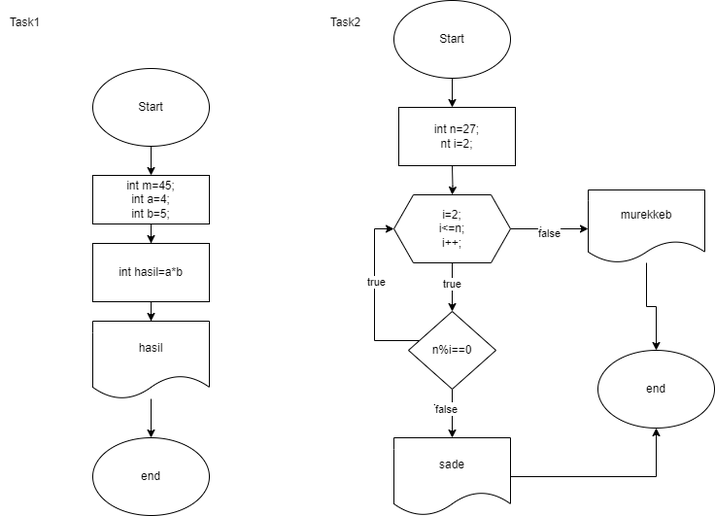
Before: task2flw.png, a diagram exported from draw.io (EsmerMemmedova/loopconditionsflw). Source tidied: cells renumbered, new cells last; positions are measured from the earlier drawing's top-left corner, leaving out a move shared by most shapes. Its diagram source:
```xml
<mxGraphModel>
  <root>
    <mxCell id="0" />
    <mxCell id="1" parent="0" />
    <mxCell id="2" value="Start" style="ellipse;whiteSpace=wrap;html=1;" parent="1" vertex="1">
      <mxGeometry x="95" y="70" width="120" height="80" as="geometry" />
    </mxCell>
    <mxCell id="3" style="edgeStyle=orthogonalEdgeStyle;rounded=0;jettySize=auto;html=1;" parent="1" edge="1" source="4" target="33">
      <mxGeometry relative="1" as="geometry" />
    </mxCell>
    <mxCell id="4" value="&lt;div&gt;&lt;span style=&quot;background-color: initial;&quot;&gt;int m=45;&lt;/span&gt;&lt;/div&gt;&lt;div&gt;&lt;span style=&quot;background-color: initial;&quot;&gt;int a=4;&lt;/span&gt;&lt;/div&gt;&lt;div&gt;&lt;span style=&quot;background-color: initial;&quot;&gt;int b=5;&lt;/span&gt;&lt;/div&gt;" style="rounded=0;whiteSpace=wrap;html=1;" parent="1" vertex="1">
      <mxGeometry x="95" y="180" width="120" height="50" as="geometry" />
    </mxCell>
    <mxCell id="5" style="edgeStyle=orthogonalEdgeStyle;rounded=0;jettySize=auto;html=1;" parent="1" edge="1" source="6" target="7">
      <mxGeometry relative="1" as="geometry" />
    </mxCell>
    <mxCell id="6" value="hasil" style="shape=document;whiteSpace=wrap;html=1;boundedLbl=1;" parent="1" vertex="1">
      <mxGeometry x="95" y="330" width="120" height="80" as="geometry" />
    </mxCell>
    <mxCell id="7" value="end" style="ellipse;whiteSpace=wrap;html=1;" parent="1" vertex="1">
      <mxGeometry x="95" y="450" width="120" height="80" as="geometry" />
    </mxCell>
    <mxCell id="8" style="edgeStyle=orthogonalEdgeStyle;rounded=0;jettySize=auto;html=1;exitX=0.5;exitY=1;exitDx=0;exitDy=0;entryX=0.5;entryY=0;entryDx=0;entryDy=0;" parent="1" edge="1" source="9">
      <mxGeometry relative="1" as="geometry">
        <mxPoint x="465" y="110" as="targetPoint" />
      </mxGeometry>
    </mxCell>
    <mxCell id="9" value="Start" style="ellipse;whiteSpace=wrap;html=1;" parent="1" vertex="1">
      <mxGeometry x="405" width="120" height="80" as="geometry" />
    </mxCell>
    <mxCell id="10" style="edgeStyle=orthogonalEdgeStyle;rounded=0;jettySize=auto;html=1;entryX=0.5;entryY=0;entryDx=0;entryDy=0;" parent="1" edge="1" target="4">
      <mxGeometry relative="1" as="geometry">
        <mxPoint x="155" y="150" as="sourcePoint" />
      </mxGeometry>
    </mxCell>
    <mxCell id="11" style="edgeStyle=orthogonalEdgeStyle;rounded=0;jettySize=auto;html=1;" parent="1" edge="1" target="17">
      <mxGeometry relative="1" as="geometry">
        <mxPoint x="465" y="170" as="sourcePoint" />
      </mxGeometry>
    </mxCell>
    <mxCell id="12" style="edgeStyle=orthogonalEdgeStyle;rounded=0;jettySize=auto;html=1;" parent="1" edge="1" source="17">
      <mxGeometry relative="1" as="geometry">
        <mxPoint x="465" y="320" as="targetPoint" />
      </mxGeometry>
    </mxCell>
    <mxCell id="13" value="true" style="edgeLabel;html=1;align=center;verticalAlign=middle;" parent="12" vertex="1">
      <mxGeometry x="-0.17" y="-1" relative="1" as="geometry" />
    </mxCell>
    <mxCell id="14" style="edgeStyle=orthogonalEdgeStyle;rounded=0;jettySize=auto;html=1;exitX=1;exitY=0.5;exitDx=0;exitDy=0;" parent="1" edge="1" source="17">
      <mxGeometry relative="1" as="geometry">
        <mxPoint x="605" y="235" as="targetPoint" />
      </mxGeometry>
    </mxCell>
    <mxCell id="15" value="true" style="edgeLabel;html=1;align=center;verticalAlign=middle;" parent="14" vertex="1">
      <mxGeometry x="-0.06" y="-1" relative="1" as="geometry" />
    </mxCell>
    <mxCell id="16" value="false" style="edgeLabel;html=1;align=center;verticalAlign=middle;" parent="14" vertex="1">
      <mxGeometry x="0.01" y="-3" relative="1" as="geometry">
        <mxPoint x="-1" y="1" as="offset" />
      </mxGeometry>
    </mxCell>
    <mxCell id="17" value="i=2;&lt;div&gt;i&amp;lt;=n;&lt;/div&gt;&lt;div&gt;i++;&lt;/div&gt;" style="shape=hexagon;perimeter=hexagonPerimeter2;whiteSpace=wrap;html=1;fixedSize=1;" parent="1" vertex="1">
      <mxGeometry x="405" y="200" width="120" height="70" as="geometry" />
    </mxCell>
    <mxCell id="18" style="edgeStyle=orthogonalEdgeStyle;rounded=0;jettySize=auto;html=1;" parent="1" edge="1" source="19" target="28">
      <mxGeometry relative="1" as="geometry" />
    </mxCell>
    <mxCell id="19" value="murekkeb" style="shape=document;whiteSpace=wrap;html=1;boundedLbl=1;" parent="1" vertex="1">
      <mxGeometry x="605" y="195" width="120" height="75" as="geometry" />
    </mxCell>
    <mxCell id="20" style="edgeStyle=orthogonalEdgeStyle;rounded=0;jettySize=auto;html=1;entryX=0;entryY=0.5;entryDx=0;entryDy=0;" parent="1" edge="1" source="25" target="17">
      <mxGeometry relative="1" as="geometry">
        <Array as="points">
          <mxPoint x="385" y="350" />
          <mxPoint x="385" y="235" />
        </Array>
      </mxGeometry>
    </mxCell>
    <mxCell id="21" value="true" style="edgeLabel;html=1;align=center;verticalAlign=middle;" parent="20" vertex="1">
      <mxGeometry x="0.18" y="-1" relative="1" as="geometry" />
    </mxCell>
    <mxCell id="22" style="edgeStyle=orthogonalEdgeStyle;rounded=0;jettySize=auto;html=1;exitX=0.5;exitY=1;exitDx=0;exitDy=0;" parent="1" edge="1" source="25" target="27">
      <mxGeometry relative="1" as="geometry" />
    </mxCell>
    <mxCell id="23" value="Text" style="edgeLabel;html=1;align=center;verticalAlign=middle;" parent="22" vertex="1">
      <mxGeometry x="-0.24" y="1" relative="1" as="geometry">
        <mxPoint x="-11" as="offset" />
      </mxGeometry>
    </mxCell>
    <mxCell id="24" value="false" style="edgeLabel;html=1;align=center;verticalAlign=middle;" parent="22" vertex="1">
      <mxGeometry x="-0.2" y="-7" relative="1" as="geometry" />
    </mxCell>
    <mxCell id="25" value="n%i==0" style="rhombus;whiteSpace=wrap;html=1;" parent="1" vertex="1">
      <mxGeometry x="420" y="320" width="90" height="80" as="geometry" />
    </mxCell>
    <mxCell id="26" style="edgeStyle=orthogonalEdgeStyle;rounded=0;jettySize=auto;html=1;entryX=0.5;entryY=1;entryDx=0;entryDy=0;" parent="1" edge="1" source="27" target="28">
      <mxGeometry relative="1" as="geometry" />
    </mxCell>
    <mxCell id="27" value="sade" style="shape=document;whiteSpace=wrap;html=1;boundedLbl=1;" parent="1" vertex="1">
      <mxGeometry x="405" y="450" width="120" height="80" as="geometry" />
    </mxCell>
    <mxCell id="28" value="end" style="ellipse;whiteSpace=wrap;html=1;" parent="1" vertex="1">
      <mxGeometry x="615" y="360" width="120" height="80" as="geometry" />
    </mxCell>
    <mxCell id="29" value="Task1" style="text;html=1;align=center;verticalAlign=middle;strokeColor=none;fillColor=none;" parent="1" vertex="1">
      <mxGeometry y="8" width="50" height="30" as="geometry" />
    </mxCell>
    <mxCell id="30" value="Task2" style="text;html=1;align=center;verticalAlign=middle;strokeColor=none;fillColor=none;" parent="1" vertex="1">
      <mxGeometry x="330" y="8" width="50" height="30" as="geometry" />
    </mxCell>
    <mxCell id="31" value="int n=27;&lt;div&gt;nt i=2;&lt;/div&gt;" style="rounded=0;whiteSpace=wrap;html=1;" parent="1" vertex="1">
      <mxGeometry x="410" y="110" width="120" height="60" as="geometry" />
    </mxCell>
    <mxCell id="32" style="edgeStyle=orthogonalEdgeStyle;rounded=0;jettySize=auto;html=1;" parent="1" edge="1" source="33" target="6">
      <mxGeometry relative="1" as="geometry" />
    </mxCell>
    <mxCell id="33" value="int hasil=a*b" style="rounded=0;whiteSpace=wrap;html=1;" parent="1" vertex="1">
      <mxGeometry x="95" y="250" width="120" height="60" as="geometry" />
    </mxCell>
  </root>
</mxGraphModel>
```
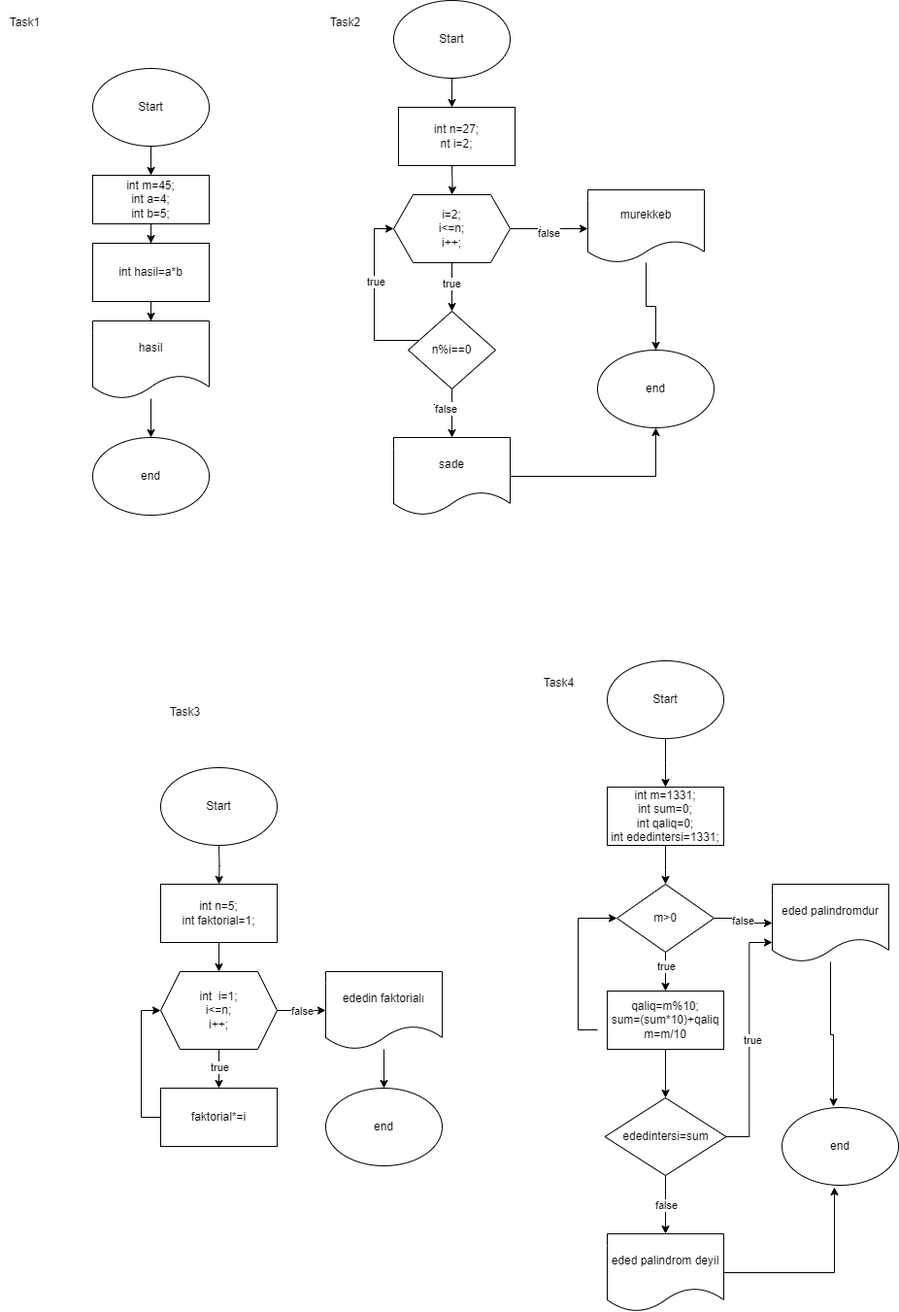
The same diagram one commit later.

Commit message:
loops and conditions flowchartda

Diff of the diagram source:
```diff
@@ -117,5 +117,135 @@
     <mxCell id="33" value="int hasil=a*b" style="rounded=0;whiteSpace=wrap;html=1;" parent="1" vertex="1">
       <mxGeometry x="95" y="250" width="120" height="60" as="geometry" />
     </mxCell>
+    <mxCell id="34" value="Start" style="ellipse;whiteSpace=wrap;html=1;" parent="1" vertex="1">
+      <mxGeometry x="165" y="790" width="120" height="80" as="geometry" />
+    </mxCell>
+    <mxCell id="35" style="edgeStyle=orthogonalEdgeStyle;rounded=0;jettySize=auto;html=1;entryX=0.5;entryY=0;entryDx=0;entryDy=0;" parent="1" edge="1" target="37">
+      <mxGeometry relative="1" as="geometry">
+        <mxPoint x="225" y="870" as="sourcePoint" />
+      </mxGeometry>
+    </mxCell>
+    <mxCell id="36" style="edgeStyle=orthogonalEdgeStyle;rounded=0;jettySize=auto;html=1;" parent="1" edge="1" source="37" target="42">
+      <mxGeometry relative="1" as="geometry" />
+    </mxCell>
+    <mxCell id="37" value="&lt;div&gt;int n=5;&lt;/div&gt;int faktorial=1;" style="rounded=0;whiteSpace=wrap;html=1;" parent="1" vertex="1">
+      <mxGeometry x="165" y="910" width="120" height="60" as="geometry" />
+    </mxCell>
+    <mxCell id="38" style="edgeStyle=orthogonalEdgeStyle;rounded=0;jettySize=auto;html=1;entryX=0.5;entryY=0;entryDx=0;entryDy=0;" parent="1" edge="1" source="42" target="44">
+      <mxGeometry relative="1" as="geometry" />
+    </mxCell>
+    <mxCell id="39" value="true" style="edgeLabel;html=1;align=center;verticalAlign=middle;" parent="38" vertex="1">
+      <mxGeometry x="-0.1" relative="1" as="geometry" />
+    </mxCell>
+    <mxCell id="40" style="edgeStyle=orthogonalEdgeStyle;rounded=0;jettySize=auto;html=1;" parent="1" edge="1" source="42" target="46">
+      <mxGeometry relative="1" as="geometry" />
+    </mxCell>
+    <mxCell id="41" value="false" style="edgeLabel;html=1;align=center;verticalAlign=middle;" parent="40" vertex="1">
+      <mxGeometry relative="1" as="geometry" />
+    </mxCell>
+    <mxCell id="42" value="int&amp;nbsp; i=1;&lt;div&gt;i&amp;lt;=n;&lt;/div&gt;&lt;div&gt;i++;&lt;/div&gt;" style="shape=hexagon;perimeter=hexagonPerimeter2;whiteSpace=wrap;html=1;fixedSize=1;" parent="1" vertex="1">
+      <mxGeometry x="165" y="1000" width="120" height="80" as="geometry" />
+    </mxCell>
+    <mxCell id="43" style="edgeStyle=orthogonalEdgeStyle;rounded=0;jettySize=auto;html=1;exitX=0;exitY=0.5;exitDx=0;exitDy=0;entryX=0;entryY=0.5;entryDx=0;entryDy=0;" parent="1" edge="1" source="44" target="42">
+      <mxGeometry relative="1" as="geometry" />
+    </mxCell>
+    <mxCell id="44" value="faktorial*=i" style="rounded=0;whiteSpace=wrap;html=1;" parent="1" vertex="1">
+      <mxGeometry x="165" y="1120" width="120" height="60" as="geometry" />
+    </mxCell>
+    <mxCell id="45" style="edgeStyle=orthogonalEdgeStyle;rounded=0;jettySize=auto;html=1;" parent="1" edge="1" source="46" target="47">
+      <mxGeometry relative="1" as="geometry" />
+    </mxCell>
+    <mxCell id="46" value="ededin faktorialı" style="shape=document;whiteSpace=wrap;html=1;boundedLbl=1;" parent="1" vertex="1">
+      <mxGeometry x="335" y="1000" width="120" height="80" as="geometry" />
+    </mxCell>
+    <mxCell id="47" value="end" style="ellipse;whiteSpace=wrap;html=1;" parent="1" vertex="1">
+      <mxGeometry x="335" y="1120" width="120" height="80" as="geometry" />
+    </mxCell>
+    <mxCell id="48" style="edgeStyle=orthogonalEdgeStyle;rounded=0;jettySize=auto;html=1;" parent="1" edge="1" source="49">
+      <mxGeometry relative="1" as="geometry">
+        <mxPoint x="685" y="810" as="targetPoint" />
+      </mxGeometry>
+    </mxCell>
+    <mxCell id="49" value="Start" style="ellipse;whiteSpace=wrap;html=1;" parent="1" vertex="1">
+      <mxGeometry x="625" y="680" width="120" height="80" as="geometry" />
+    </mxCell>
+    <mxCell id="50" style="edgeStyle=orthogonalEdgeStyle;rounded=0;jettySize=auto;html=1;exitX=0.5;exitY=1;exitDx=0;exitDy=0;" parent="1" edge="1" source="51">
+      <mxGeometry relative="1" as="geometry">
+        <mxPoint x="685" y="910" as="targetPoint" />
+      </mxGeometry>
+    </mxCell>
+    <mxCell id="51" value="int m=1331;&lt;div&gt;int sum=0;&lt;/div&gt;&lt;div&gt;int qaliq=0;&lt;/div&gt;&lt;div&gt;int ededintersi=1331;&lt;/div&gt;" style="rounded=0;whiteSpace=wrap;html=1;" parent="1" vertex="1">
+      <mxGeometry x="625" y="810" width="120" height="60" as="geometry" />
+    </mxCell>
+    <mxCell id="52" value="false" style="edgeStyle=orthogonalEdgeStyle;rounded=0;jettySize=auto;html=1;" parent="1" edge="1" source="55" target="56">
+      <mxGeometry relative="1" as="geometry" />
+    </mxCell>
+    <mxCell id="53" style="edgeStyle=orthogonalEdgeStyle;rounded=0;jettySize=auto;html=1;" parent="1" edge="1" source="55">
+      <mxGeometry relative="1" as="geometry">
+        <mxPoint x="685" y="1020" as="targetPoint" />
+      </mxGeometry>
+    </mxCell>
+    <mxCell id="54" value="true" style="edgeLabel;html=1;align=center;verticalAlign=middle;" parent="53" vertex="1">
+      <mxGeometry x="-0.31" relative="1" as="geometry" />
+    </mxCell>
+    <mxCell id="55" value="m&amp;gt;0" style="rhombus;whiteSpace=wrap;html=1;" parent="1" vertex="1">
+      <mxGeometry x="635" y="910" width="100" height="70" as="geometry" />
+    </mxCell>
+    <mxCell id="56" value="eded palindromdur" style="shape=document;whiteSpace=wrap;html=1;boundedLbl=1;" parent="1" vertex="1">
+      <mxGeometry x="795" y="910" width="120" height="80" as="geometry" />
+    </mxCell>
+    <mxCell id="57" style="edgeStyle=orthogonalEdgeStyle;rounded=0;jettySize=auto;html=1;entryX=0;entryY=0.5;entryDx=0;entryDy=0;" parent="1" edge="1" target="55">
+      <mxGeometry relative="1" as="geometry">
+        <mxPoint x="615" y="1060" as="sourcePoint" />
+        <Array as="points">
+          <mxPoint x="595" y="1060" />
+          <mxPoint x="595" y="945" />
+        </Array>
+      </mxGeometry>
+    </mxCell>
+    <mxCell id="58" value="end" style="ellipse;whiteSpace=wrap;html=1;" parent="1" vertex="1">
+      <mxGeometry x="805" y="1140" width="120" height="80" as="geometry" />
+    </mxCell>
+    <mxCell id="59" style="edgeStyle=orthogonalEdgeStyle;rounded=0;jettySize=auto;html=1;entryX=0.442;entryY=-0.012;entryDx=0;entryDy=0;entryPerimeter=0;" parent="1" edge="1" source="56" target="58">
+      <mxGeometry relative="1" as="geometry" />
+    </mxCell>
+    <mxCell id="60" style="edgeStyle=orthogonalEdgeStyle;rounded=0;jettySize=auto;html=1;" parent="1" edge="1" source="61" target="66">
+      <mxGeometry relative="1" as="geometry" />
+    </mxCell>
+    <mxCell id="61" value="&lt;div&gt;&lt;br&gt;&lt;/div&gt;&lt;div&gt;qaliq=m%10;&lt;div&gt;sum=(sum*10)+qaliq&lt;/div&gt;&lt;div&gt;m=m/10&lt;br&gt;&lt;div&gt;&lt;br&gt;&lt;/div&gt;&lt;/div&gt;&lt;/div&gt;" style="rounded=0;whiteSpace=wrap;html=1;" parent="1" vertex="1">
+      <mxGeometry x="625" y="1020" width="120" height="60" as="geometry" />
+    </mxCell>
+    <mxCell id="62" style="edgeStyle=orthogonalEdgeStyle;rounded=0;jettySize=auto;html=1;exitX=0.5;exitY=1;exitDx=0;exitDy=0;" parent="1" edge="1" source="66" target="67">
+      <mxGeometry relative="1" as="geometry">
+        <Array as="points">
+          <mxPoint x="685" y="1240" />
+          <mxPoint x="685" y="1240" />
+        </Array>
+      </mxGeometry>
+    </mxCell>
+    <mxCell id="63" value="false" style="edgeLabel;html=1;align=center;verticalAlign=middle;" parent="62" vertex="1">
+      <mxGeometry relative="1" as="geometry" />
+    </mxCell>
+    <mxCell id="64" style="edgeStyle=orthogonalEdgeStyle;rounded=0;jettySize=auto;html=1;exitX=1;exitY=0.5;exitDx=0;exitDy=0;entryX=0;entryY=0.75;entryDx=0;entryDy=0;" parent="1" edge="1" source="66" target="56">
+      <mxGeometry relative="1" as="geometry" />
+    </mxCell>
+    <mxCell id="65" value="true" style="edgeLabel;html=1;align=center;verticalAlign=middle;" parent="64" vertex="1">
+      <mxGeometry x="-0.01" y="-3" relative="1" as="geometry" />
+    </mxCell>
+    <mxCell id="66" value="ededintersi=sum" style="rhombus;whiteSpace=wrap;html=1;" parent="1" vertex="1">
+      <mxGeometry x="622.5" y="1130" width="125" height="80" as="geometry" />
+    </mxCell>
+    <mxCell id="67" value="eded palindrom deyil" style="shape=document;whiteSpace=wrap;html=1;boundedLbl=1;" parent="1" vertex="1">
+      <mxGeometry x="625" y="1270" width="120" height="80" as="geometry" />
+    </mxCell>
+    <mxCell id="68" style="edgeStyle=orthogonalEdgeStyle;rounded=0;jettySize=auto;html=1;entryX=0.45;entryY=1.025;entryDx=0;entryDy=0;entryPerimeter=0;" parent="1" edge="1" source="67" target="58">
+      <mxGeometry relative="1" as="geometry" />
+    </mxCell>
+    <mxCell id="69" value="Task3" style="text;html=1;align=center;verticalAlign=middle;strokeColor=none;fillColor=none;" parent="1" vertex="1">
+      <mxGeometry x="165" y="718" width="50" height="30" as="geometry" />
+    </mxCell>
+    <mxCell id="70" value="Task4" style="text;html=1;align=center;verticalAlign=middle;strokeColor=none;fillColor=none;" parent="1" vertex="1">
+      <mxGeometry x="550" y="688" width="50" height="30" as="geometry" />
+    </mxCell>
   </root>
 </mxGraphModel>
```
